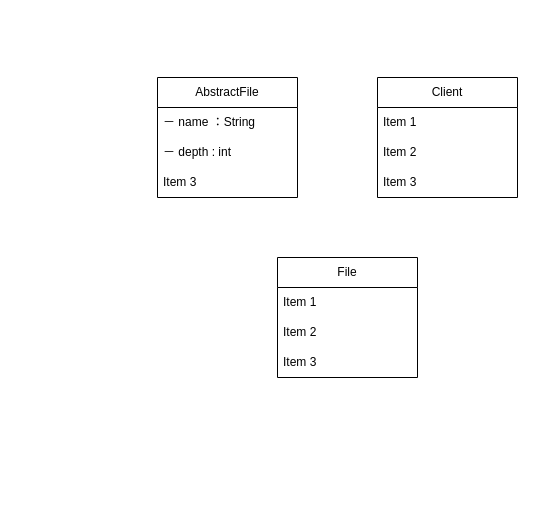
Before: download/java-designpattern/10.Composite Pattern/composite.drawio in haji8-thehaji/lecture-java, a draw.io diagram. Source tidied: cells renumbered, new cells numbered last; positions are measured from the earlier drawing's top-left corner, leaving out a move shared by most shapes. Both pictures are drawn from the tidied source at 100%, with x=0, y=0 at pixel (157, 77).
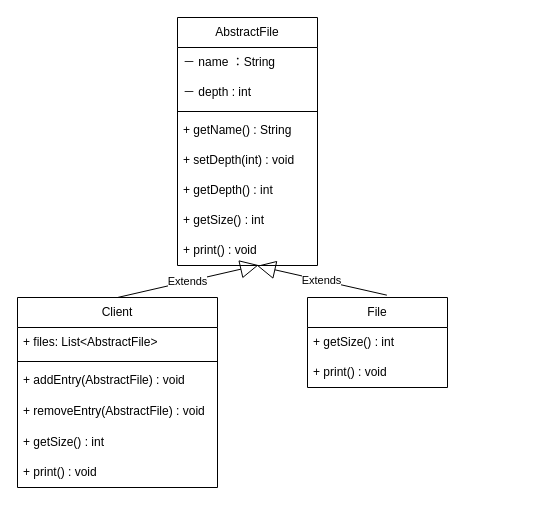
The same diagram, later.

Diff of the diagram source:
```diff
@@
     <mxCell id="2" value="AbstractFile" style="swimlane;fontStyle=0;horizontal=1;startSize=30;whiteSpace=wrap;html=1;" parent="1" vertex="1">
-      <mxGeometry width="140" height="120" as="geometry" />
+      <mxGeometry x="20" y="-60" width="140" height="248" as="geometry" />
     </mxCell>
@@
+    <mxCell id="14" style="line;strokeWidth=1;fillColor=none;align=left;verticalAlign=middle;spacingTop=-1;spacingLeft=3;spacingRight=3;labelPosition=right;strokeColor=inherit;" parent="2" vertex="1">
+      <mxGeometry y="90" width="140" height="8" as="geometry" />
+    </mxCell>
-    <mxCell id="5" value="Item 3" style="text;strokeColor=none;fillColor=none;align=left;verticalAlign=middle;spacingLeft=4;spacingRight=4;overflow=hidden;whiteSpace=wrap;html=1;" parent="2" vertex="1">
-      <mxGeometry y="90" width="140" height="30" as="geometry" />
+    <mxCell id="5" value="+ getName() : String" style="text;strokeColor=none;fillColor=none;align=left;verticalAlign=middle;spacingLeft=4;spacingRight=4;overflow=hidden;whiteSpace=wrap;html=1;" parent="2" vertex="1">
+      <mxGeometry y="98" width="140" height="30" as="geometry" />
     </mxCell>
+    <mxCell id="15" value="+&amp;nbsp;setDepth(int) : void" style="text;strokeColor=none;fillColor=none;align=left;verticalAlign=middle;spacingLeft=4;spacingRight=4;overflow=hidden;whiteSpace=wrap;html=1;" parent="2" vertex="1">
+      <mxGeometry y="128" width="140" height="30" as="geometry" />
+    </mxCell>
+    <mxCell id="16" value="+&amp;nbsp;getDepth() : int" style="text;strokeColor=none;fillColor=none;align=left;verticalAlign=middle;spacingLeft=4;spacingRight=4;overflow=hidden;whiteSpace=wrap;html=1;" parent="2" vertex="1">
+      <mxGeometry y="158" width="140" height="30" as="geometry" />
+    </mxCell>
+    <mxCell id="17" value="+&amp;nbsp;getSize() : int" style="text;strokeColor=none;fillColor=none;align=left;verticalAlign=middle;spacingLeft=4;spacingRight=4;overflow=hidden;whiteSpace=wrap;html=1;" parent="2" vertex="1">
+      <mxGeometry y="188" width="140" height="30" as="geometry" />
+    </mxCell>
+    <mxCell id="18" value="+&amp;nbsp;print() : void" style="text;strokeColor=none;fillColor=none;align=left;verticalAlign=middle;spacingLeft=4;spacingRight=4;overflow=hidden;points=[[0,0.5],[1,0.5]];portConstraint=eastwest;whiteSpace=wrap;html=1;" parent="2" vertex="1">
+      <mxGeometry y="218" width="140" height="30" as="geometry" />
+    </mxCell>
     <mxCell id="6" value="Client" style="swimlane;fontStyle=0;horizontal=1;startSize=30;whiteSpace=wrap;html=1;" parent="1" vertex="1">
-      <mxGeometry x="220" width="140" height="120" as="geometry" />
+      <mxGeometry x="-140" y="220" width="200" height="190" as="geometry" />
     </mxCell>
-    <mxCell id="7" value="Item 1" style="text;strokeColor=none;fillColor=none;align=left;verticalAlign=middle;spacingLeft=4;spacingRight=4;overflow=hidden;whiteSpace=wrap;html=1;" parent="6" vertex="1">
-      <mxGeometry y="30" width="140" height="30" as="geometry" />
+    <mxCell id="7" value="+ files:&amp;nbsp;List&amp;lt;AbstractFile&amp;gt;" style="text;strokeColor=none;fillColor=none;align=left;verticalAlign=middle;spacingLeft=4;spacingRight=4;overflow=hidden;whiteSpace=wrap;html=1;" parent="6" vertex="1">
+      <mxGeometry y="30" width="200" height="30" as="geometry" />
     </mxCell>
+    <mxCell id="19" style="line;strokeWidth=1;fillColor=none;align=left;verticalAlign=middle;spacingTop=-1;spacingLeft=3;spacingRight=3;labelPosition=right;strokeColor=inherit;" parent="6" vertex="1">
+      <mxGeometry y="60" width="200" height="8" as="geometry" />
+    </mxCell>
-    <mxCell id="8" value="Item 2" style="text;strokeColor=none;fillColor=none;align=left;verticalAlign=middle;spacingLeft=4;spacingRight=4;overflow=hidden;whiteSpace=wrap;html=1;" parent="6" vertex="1">
-      <mxGeometry y="60" width="140" height="30" as="geometry" />
+    <mxCell id="8" value="+ addEntry(AbstractFile) : void" style="text;strokeColor=none;fillColor=none;align=left;verticalAlign=middle;spacingLeft=4;spacingRight=4;overflow=hidden;whiteSpace=wrap;html=1;" parent="6" vertex="1">
+      <mxGeometry y="68" width="200" height="30" as="geometry" />
     </mxCell>
-    <mxCell id="9" value="Item 3" style="text;strokeColor=none;fillColor=none;align=left;verticalAlign=middle;spacingLeft=4;spacingRight=4;overflow=hidden;whiteSpace=wrap;html=1;" parent="6" vertex="1">
-      <mxGeometry y="90" width="140" height="30" as="geometry" />
+    <mxCell id="9" value="+ removeEntry(AbstractFile) : void" style="text;strokeColor=none;fillColor=none;align=left;verticalAlign=middle;spacingLeft=4;spacingRight=4;overflow=hidden;whiteSpace=wrap;html=1;" parent="6" vertex="1">
+      <mxGeometry y="98" width="200" height="32" as="geometry" />
     </mxCell>
+    <mxCell id="20" value="+&amp;nbsp;getSize() : int" style="text;strokeColor=none;fillColor=none;align=left;verticalAlign=middle;spacingLeft=4;spacingRight=4;overflow=hidden;whiteSpace=wrap;html=1;" parent="6" vertex="1">
+      <mxGeometry y="130" width="200" height="30" as="geometry" />
+    </mxCell>
+    <mxCell id="21" value="+&amp;nbsp;print() : void" style="text;strokeColor=none;fillColor=none;align=left;verticalAlign=middle;spacingLeft=4;spacingRight=4;overflow=hidden;whiteSpace=wrap;html=1;" parent="6" vertex="1">
+      <mxGeometry y="160" width="200" height="30" as="geometry" />
+    </mxCell>
     <mxCell id="10" value="File" style="swimlane;fontStyle=0;horizontal=1;startSize=30;whiteSpace=wrap;html=1;" parent="1" vertex="1">
-      <mxGeometry x="120" y="180" width="140" height="120" as="geometry" />
+      <mxGeometry x="150" y="220" width="140" height="90" as="geometry" />
     </mxCell>
-    <mxCell id="11" value="Item 1" style="text;strokeColor=none;fillColor=none;align=left;verticalAlign=middle;spacingLeft=4;spacingRight=4;overflow=hidden;whiteSpace=wrap;html=1;" parent="10" vertex="1">
-      <mxGeometry y="30" width="140" height="30" as="geometry" />
-    </mxCell>
-    <mxCell id="12" value="Item 2" style="text;strokeColor=none;fillColor=none;align=left;verticalAlign=middle;spacingLeft=4;spacingRight=4;overflow=hidden;whiteSpace=wrap;html=1;" parent="10" vertex="1">
-      <mxGeometry y="60" width="140" height="30" as="geometry" />
-    </mxCell>
-    <mxCell id="13" value="Item 3" style="text;strokeColor=none;fillColor=none;align=left;verticalAlign=middle;spacingLeft=4;spacingRight=4;overflow=hidden;whiteSpace=wrap;html=1;" parent="10" vertex="1">
-      <mxGeometry y="90" width="140" height="30" as="geometry" />
-    </mxCell>
+    <mxCell id="22" value="+&amp;nbsp;getSize() : int" style="text;strokeColor=none;fillColor=none;align=left;verticalAlign=middle;spacingLeft=4;spacingRight=4;overflow=hidden;whiteSpace=wrap;html=1;" parent="10" vertex="1">
+      <mxGeometry y="30" width="140" height="30" as="geometry" />
+    </mxCell>
+    <mxCell id="23" value="+&amp;nbsp;print() : void" style="text;strokeColor=none;fillColor=none;align=left;verticalAlign=middle;spacingLeft=4;spacingRight=4;overflow=hidden;whiteSpace=wrap;html=1;" parent="10" vertex="1">
+      <mxGeometry y="60" width="140" height="30" as="geometry" />
+    </mxCell>
+    <mxCell id="24" value="Extends" style="endArrow=block;endSize=16;endFill=0;html=1;rounded=0;exitX=0.5;exitY=0;exitDx=0;exitDy=0;entryX=0.579;entryY=0.987;entryDx=0;entryDy=0;entryPerimeter=0;" parent="1" edge="1" source="6" target="18">
+      <mxGeometry relative="1" as="geometry" />
+    </mxCell>
+    <mxCell id="25" value="Extends" style="endArrow=block;endSize=16;endFill=0;html=1;rounded=0;exitX=0.567;exitY=-0.026;exitDx=0;exitDy=0;entryX=0.569;entryY=1.01;entryDx=0;entryDy=0;entryPerimeter=0;exitPerimeter=0;" parent="1" edge="1" source="10" target="18">
+      <mxGeometry relative="1" as="geometry" />
+    </mxCell>
```
